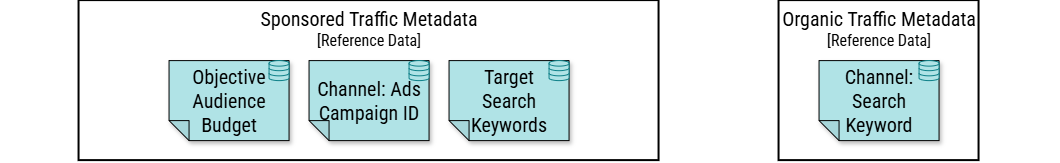
Above: chapter-08/figure-8.02.drawio.png in software-architecture-guild/modeling-software-architecture (draw.io), before the change. Source tidied: cells renumbered, new cells last; positions are measured from the earlier drawing's top-left corner, leaving out a move shared by most shapes. Source of this version:
```xml
<mxGraphModel>
  <root>
    <mxCell id="0" />
    <mxCell id="1" parent="0" />
    <mxCell id="2" style="rounded=0;whiteSpace=wrap;html=1;strokeColor=none;" parent="1" vertex="1">
      <mxGeometry width="1060" height="160" as="geometry" />
    </mxCell>
    <mxCell id="3" value="&lt;font style=&quot;font-size: 20px; color: rgb(0, 0, 0);&quot;&gt;Organic Traffic Metadata&lt;br&gt;&lt;/font&gt;[Reference Data]" style="rounded=0;whiteSpace=wrap;verticalAlign=top;fontSize=16;fontFamily=Roboto Condensed;fontSource=https%3A%2F%2Ffonts.googleapis.com%2Fcss%3Ffamily%3DRoboto%2BCondensed;fontColor=#000000;html=1;strokeWidth=2;" parent="1" vertex="1">
      <mxGeometry x="780" width="200" height="160" as="geometry" />
    </mxCell>
    <mxCell id="4" value="&lt;font style=&quot;font-size: 20px; color: rgb(0, 0, 0);&quot;&gt;Sponsored Traffic Metadata&lt;br&gt;&lt;/font&gt;[Reference Data]" style="rounded=0;whiteSpace=wrap;verticalAlign=top;fontSize=16;fontFamily=Roboto Condensed;fontSource=https%3A%2F%2Ffonts.googleapis.com%2Fcss%3Ffamily%3DRoboto%2BCondensed;fontColor=#000000;html=1;strokeWidth=2;" parent="1" vertex="1">
      <mxGeometry x="80" width="580" height="160" as="geometry" />
    </mxCell>
    <mxCell id="5" value="Objective&#10;Audience&#10;Budget" style="shape=note;whiteSpace=wrap;backgroundOutline=1;darkOpacity=0.05;fillColor=#b0e3e6;strokeColor=#000000;fillStyle=solid;direction=west;gradientDirection=north;shadow=1;size=20;fontFamily=Roboto Condensed;fontSource=https%3A%2F%2Ffonts.googleapis.com%2Fcss%3Ffamily%3DRoboto%2BCondensed;fontSize=20;" parent="1" vertex="1">
      <mxGeometry x="170" y="60" width="120" height="80" as="geometry" />
    </mxCell>
    <mxCell id="6" value="Channel: Ads&#10;Campaign ID" style="shape=note;whiteSpace=wrap;backgroundOutline=1;darkOpacity=0.05;fillColor=#b0e3e6;strokeColor=#000000;fillStyle=solid;direction=west;gradientDirection=north;shadow=1;size=20;fontFamily=Roboto Condensed;fontSource=https%3A%2F%2Ffonts.googleapis.com%2Fcss%3Ffamily%3DRoboto%2BCondensed;fontSize=20;" parent="1" vertex="1">
      <mxGeometry x="310" y="60" width="120" height="80" as="geometry" />
    </mxCell>
    <mxCell id="7" value="Target&#10;Search Keywords" style="shape=note;whiteSpace=wrap;backgroundOutline=1;darkOpacity=0.05;fillColor=#b0e3e6;strokeColor=#000000;fillStyle=solid;direction=west;gradientDirection=north;shadow=1;size=20;fontFamily=Roboto Condensed;fontSource=https%3A%2F%2Ffonts.googleapis.com%2Fcss%3Ffamily%3DRoboto%2BCondensed;fontSize=20;" parent="1" vertex="1">
      <mxGeometry x="450" y="60" width="120" height="80" as="geometry" />
    </mxCell>
    <mxCell id="8" value="Channel: Search&#10;Keyword" style="shape=note;whiteSpace=wrap;backgroundOutline=1;darkOpacity=0.05;fillColor=#b0e3e6;strokeColor=#000000;fillStyle=solid;direction=west;gradientDirection=north;shadow=1;size=20;fontFamily=Roboto Condensed;fontSource=https%3A%2F%2Ffonts.googleapis.com%2Fcss%3Ffamily%3DRoboto%2BCondensed;fontSize=20;" parent="1" vertex="1">
      <mxGeometry x="820" y="60" width="120" height="80" as="geometry" />
    </mxCell>
    <mxCell id="9" style="verticalLabelPosition=bottom;align=center;labelBackgroundColor=#ffffff;verticalAlign=top;strokeWidth=1;shadow=0;dashed=0;shape=mxgraph.ios7.icons.data;fillColor=#b0e3e6;strokeColor=#0e8088;fontFamily=Roboto Condensed;fontSource=https%3A%2F%2Ffonts.googleapis.com%2Fcss%3Ffamily%3DRoboto%2BCondensed;fontSize=20;fontColor=#000000;" parent="1" vertex="1">
      <mxGeometry x="270" y="60" width="20" height="20" as="geometry" />
    </mxCell>
    <mxCell id="10" style="verticalLabelPosition=bottom;align=center;labelBackgroundColor=#ffffff;verticalAlign=top;strokeWidth=1;shadow=0;dashed=0;shape=mxgraph.ios7.icons.data;fillColor=#b0e3e6;strokeColor=#0e8088;fontFamily=Roboto Condensed;fontSource=https%3A%2F%2Ffonts.googleapis.com%2Fcss%3Ffamily%3DRoboto%2BCondensed;fontSize=20;fontColor=#000000;" parent="1" vertex="1">
      <mxGeometry x="550" y="60" width="20" height="20" as="geometry" />
    </mxCell>
    <mxCell id="11" style="verticalLabelPosition=bottom;align=center;labelBackgroundColor=#ffffff;verticalAlign=top;strokeWidth=1;shadow=0;dashed=0;shape=mxgraph.ios7.icons.data;fillColor=#b0e3e6;strokeColor=#0e8088;fontFamily=Roboto Condensed;fontSource=https%3A%2F%2Ffonts.googleapis.com%2Fcss%3Ffamily%3DRoboto%2BCondensed;fontSize=20;fontColor=#000000;" parent="1" vertex="1">
      <mxGeometry x="920" y="60" width="20" height="20" as="geometry" />
    </mxCell>
    <mxCell id="12" style="verticalLabelPosition=bottom;align=center;labelBackgroundColor=#ffffff;verticalAlign=top;strokeWidth=1;shadow=0;dashed=0;shape=mxgraph.ios7.icons.data;fillColor=#b0e3e6;strokeColor=#0e8088;fontFamily=Roboto Condensed;fontSource=https%3A%2F%2Ffonts.googleapis.com%2Fcss%3Ffamily%3DRoboto%2BCondensed;fontSize=20;fontColor=#000000;" parent="1" vertex="1">
      <mxGeometry x="410" y="60" width="20" height="20" as="geometry" />
    </mxCell>
  </root>
</mxGraphModel>
```
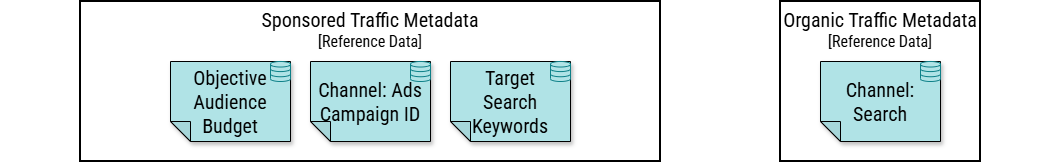
Later version of the same file.

Commit message:
chapter 8: fixed google search and ads

Diff of the diagram source:
```diff
@@ -20,7 +20,7 @@
     <mxCell id="7" value="Target&#10;Search Keywords" style="shape=note;whiteSpace=wrap;backgroundOutline=1;darkOpacity=0.05;fillColor=#b0e3e6;strokeColor=#000000;fillStyle=solid;direction=west;gradientDirection=north;shadow=1;size=20;fontFamily=Roboto Condensed;fontSource=https%3A%2F%2Ffonts.googleapis.com%2Fcss%3Ffamily%3DRoboto%2BCondensed;fontSize=20;" parent="1" vertex="1">
       <mxGeometry x="450" y="60" width="120" height="80" as="geometry" />
     </mxCell>
-    <mxCell id="8" value="Channel: Search&#10;Keyword" style="shape=note;whiteSpace=wrap;backgroundOutline=1;darkOpacity=0.05;fillColor=#b0e3e6;strokeColor=#000000;fillStyle=solid;direction=west;gradientDirection=north;shadow=1;size=20;fontFamily=Roboto Condensed;fontSource=https%3A%2F%2Ffonts.googleapis.com%2Fcss%3Ffamily%3DRoboto%2BCondensed;fontSize=20;" parent="1" vertex="1">
+    <mxCell id="8" value="Channel: Search" style="shape=note;whiteSpace=wrap;backgroundOutline=1;darkOpacity=0.05;fillColor=#b0e3e6;strokeColor=#000000;fillStyle=solid;direction=west;gradientDirection=north;shadow=1;size=20;fontFamily=Roboto Condensed;fontSource=https%3A%2F%2Ffonts.googleapis.com%2Fcss%3Ffamily%3DRoboto%2BCondensed;fontSize=20;" parent="1" vertex="1">
       <mxGeometry x="820" y="60" width="120" height="80" as="geometry" />
     </mxCell>
     <mxCell id="9" style="verticalLabelPosition=bottom;align=center;labelBackgroundColor=#ffffff;verticalAlign=top;strokeWidth=1;shadow=0;dashed=0;shape=mxgraph.ios7.icons.data;fillColor=#b0e3e6;strokeColor=#0e8088;fontFamily=Roboto Condensed;fontSource=https%3A%2F%2Ffonts.googleapis.com%2Fcss%3Ffamily%3DRoboto%2BCondensed;fontSize=20;fontColor=#000000;" parent="1" vertex="1">
```
